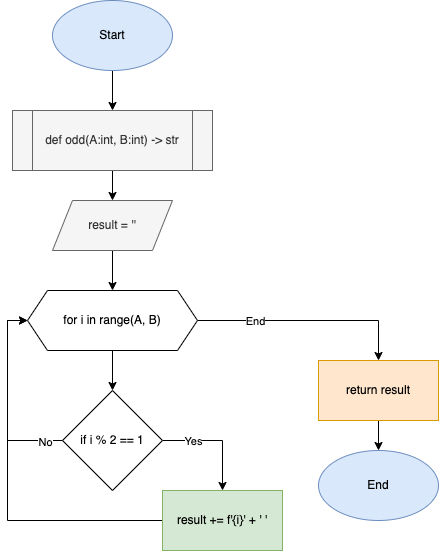
MichaelT2828/Unit_2 keeps this draw.io diagram as 100_quizzes/Q23_flowchart.drawio.png. Above is the earlier version. Source tidied: cells renumbered, new cells last; positions are measured from the earlier drawing's top-left corner, leaving out a move shared by most shapes. Its diagram source:
```xml
<mxGraphModel>
  <root>
    <mxCell id="0" />
    <mxCell id="1" parent="0" />
    <mxCell id="2" style="edgeStyle=orthogonalEdgeStyle;rounded=0;jettySize=auto;html=1;" parent="1" edge="1" source="3" target="5">
      <mxGeometry relative="1" as="geometry" />
    </mxCell>
    <mxCell id="3" value="Start" style="ellipse;whiteSpace=wrap;html=1;fillColor=#dae8fc;strokeColor=#6c8ebf;" parent="1" vertex="1">
      <mxGeometry x="45" width="120" height="70" as="geometry" />
    </mxCell>
    <mxCell id="4" style="edgeStyle=orthogonalEdgeStyle;rounded=0;jettySize=auto;html=1;" parent="1" edge="1" source="5" target="7">
      <mxGeometry relative="1" as="geometry" />
    </mxCell>
    <mxCell id="5" value="def odd(A:int, B:int) -&amp;gt; str" style="shape=process;whiteSpace=wrap;html=1;backgroundOutline=1;fillColor=#f5f5f5;fontColor=#333333;strokeColor=#666666;" parent="1" vertex="1">
      <mxGeometry x="5" y="110" width="200" height="60" as="geometry" />
    </mxCell>
    <mxCell id="6" style="edgeStyle=orthogonalEdgeStyle;rounded=0;jettySize=auto;html=1;" parent="1" edge="1" source="7" target="11">
      <mxGeometry relative="1" as="geometry" />
    </mxCell>
    <mxCell id="7" value="result = ''" style="shape=parallelogram;perimeter=parallelogramPerimeter;whiteSpace=wrap;html=1;fixedSize=1;fillColor=#f5f5f5;fontColor=#333333;strokeColor=#666666;" parent="1" vertex="1">
      <mxGeometry x="45" y="200" width="120" height="50" as="geometry" />
    </mxCell>
    <mxCell id="8" style="edgeStyle=orthogonalEdgeStyle;rounded=0;jettySize=auto;html=1;" parent="1" edge="1" source="11" target="16">
      <mxGeometry relative="1" as="geometry" />
    </mxCell>
    <mxCell id="9" style="edgeStyle=orthogonalEdgeStyle;rounded=0;jettySize=auto;html=1;entryX=0.5;entryY=0;entryDx=0;entryDy=0;" parent="1" edge="1" source="11" target="20">
      <mxGeometry relative="1" as="geometry" />
    </mxCell>
    <mxCell id="10" value="End" style="edgeLabel;html=1;align=center;verticalAlign=middle;" parent="9" vertex="1">
      <mxGeometry x="-0.48" relative="1" as="geometry" />
    </mxCell>
    <mxCell id="11" value="for i in range(A, B)" style="shape=hexagon;perimeter=hexagonPerimeter2;whiteSpace=wrap;html=1;fixedSize=1;" parent="1" vertex="1">
      <mxGeometry x="20" y="290" width="170" height="60" as="geometry" />
    </mxCell>
    <mxCell id="12" style="edgeStyle=orthogonalEdgeStyle;rounded=0;jettySize=auto;html=1;entryX=0.5;entryY=0;entryDx=0;entryDy=0;" parent="1" edge="1" source="16" target="18">
      <mxGeometry relative="1" as="geometry">
        <Array as="points">
          <mxPoint x="215" y="440" />
        </Array>
      </mxGeometry>
    </mxCell>
    <mxCell id="13" value="Yes" style="edgeLabel;html=1;align=center;verticalAlign=middle;" parent="12" vertex="1">
      <mxGeometry x="-0.45" relative="1" as="geometry" />
    </mxCell>
    <mxCell id="14" style="edgeStyle=orthogonalEdgeStyle;rounded=0;jettySize=auto;html=1;entryX=0;entryY=0.5;entryDx=0;entryDy=0;" parent="1" edge="1" source="16" target="11">
      <mxGeometry relative="1" as="geometry">
        <Array as="points">
          <mxPoint y="440" />
          <mxPoint y="320" />
        </Array>
      </mxGeometry>
    </mxCell>
    <mxCell id="15" value="No" style="edgeLabel;html=1;align=center;verticalAlign=middle;" parent="14" vertex="1">
      <mxGeometry x="-0.82" y="1" relative="1" as="geometry" />
    </mxCell>
    <mxCell id="16" value="if i % 2 == 1" style="rhombus;whiteSpace=wrap;html=1;" parent="1" vertex="1">
      <mxGeometry x="55" y="390" width="100" height="100" as="geometry" />
    </mxCell>
    <mxCell id="17" style="edgeStyle=orthogonalEdgeStyle;rounded=0;jettySize=auto;html=1;entryX=0;entryY=0.5;entryDx=0;entryDy=0;" parent="1" edge="1" source="18" target="11">
      <mxGeometry relative="1" as="geometry">
        <Array as="points">
          <mxPoint y="520" />
          <mxPoint y="320" />
        </Array>
      </mxGeometry>
    </mxCell>
    <mxCell id="18" value="result += f'{i}' + ' '" style="rounded=0;whiteSpace=wrap;html=1;fillColor=#d5e8d4;strokeColor=#82b366;" parent="1" vertex="1">
      <mxGeometry x="155" y="490" width="120" height="60" as="geometry" />
    </mxCell>
    <mxCell id="19" style="edgeStyle=orthogonalEdgeStyle;rounded=0;jettySize=auto;html=1;" parent="1" edge="1" source="20" target="21">
      <mxGeometry relative="1" as="geometry" />
    </mxCell>
    <mxCell id="20" value="return result" style="rounded=0;whiteSpace=wrap;html=1;fillColor=#ffe6cc;strokeColor=#d79b00;" parent="1" vertex="1">
      <mxGeometry x="311" y="360" width="120" height="60" as="geometry" />
    </mxCell>
    <mxCell id="21" value="End" style="ellipse;whiteSpace=wrap;html=1;fillColor=#dae8fc;strokeColor=#6c8ebf;" parent="1" vertex="1">
      <mxGeometry x="311" y="450" width="120" height="70" as="geometry" />
    </mxCell>
  </root>
</mxGraphModel>
```
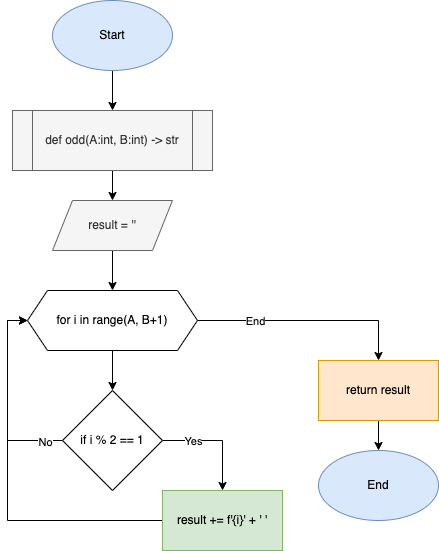
The same diagram one commit later.

Change to the diagram source:
```diff
@@ -29,7 +29,7 @@
     <mxCell id="10" value="End" style="edgeLabel;html=1;align=center;verticalAlign=middle;" parent="9" vertex="1">
       <mxGeometry x="-0.48" relative="1" as="geometry" />
     </mxCell>
-    <mxCell id="11" value="for i in range(A, B)" style="shape=hexagon;perimeter=hexagonPerimeter2;whiteSpace=wrap;html=1;fixedSize=1;" parent="1" vertex="1">
+    <mxCell id="11" value="for i in range(A, B+1)" style="shape=hexagon;perimeter=hexagonPerimeter2;whiteSpace=wrap;html=1;fixedSize=1;" parent="1" vertex="1">
       <mxGeometry x="20" y="290" width="170" height="60" as="geometry" />
     </mxCell>
     <mxCell id="12" style="edgeStyle=orthogonalEdgeStyle;rounded=0;jettySize=auto;html=1;entryX=0.5;entryY=0;entryDx=0;entryDy=0;" parent="1" edge="1" source="16" target="18">
```
